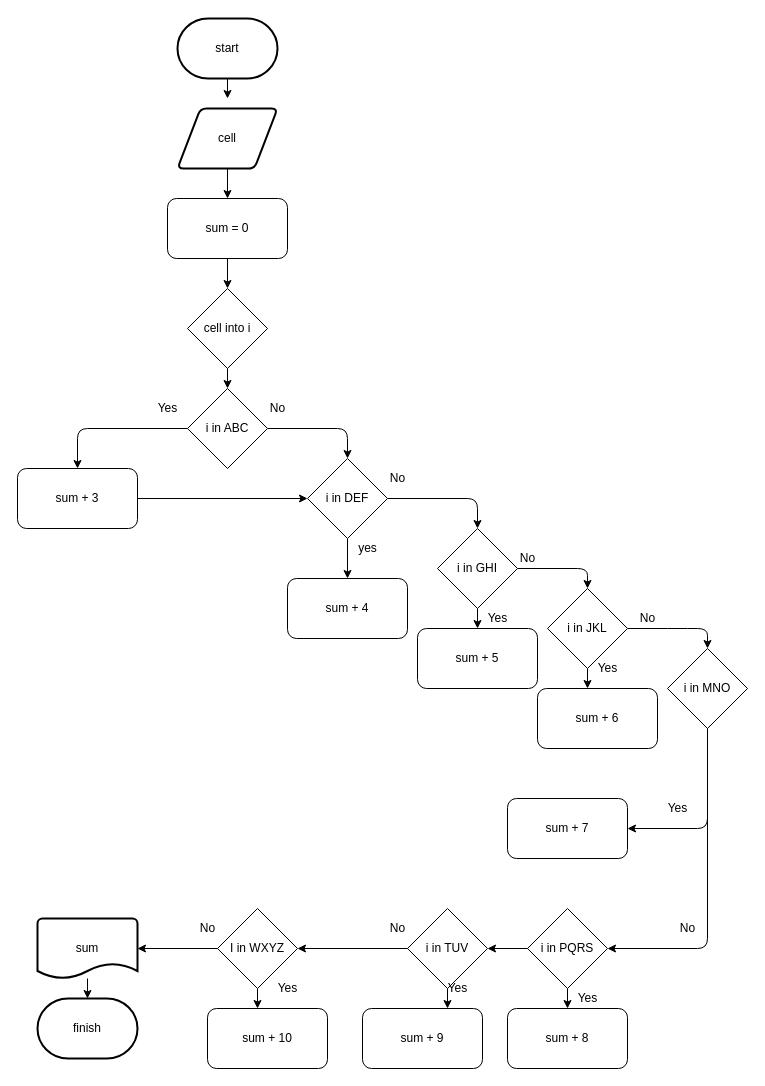
Before: stage/06_string/5622.drawio in Gyeongrok-Oh/boj, a draw.io diagram. Source tidied: cells renumbered, new cells numbered last; positions are measured from the earlier drawing's top-left corner, leaving out a move shared by most shapes. Both pictures are drawn from the tidied source at 100%, with x=0, y=0 at pixel (17, 18).
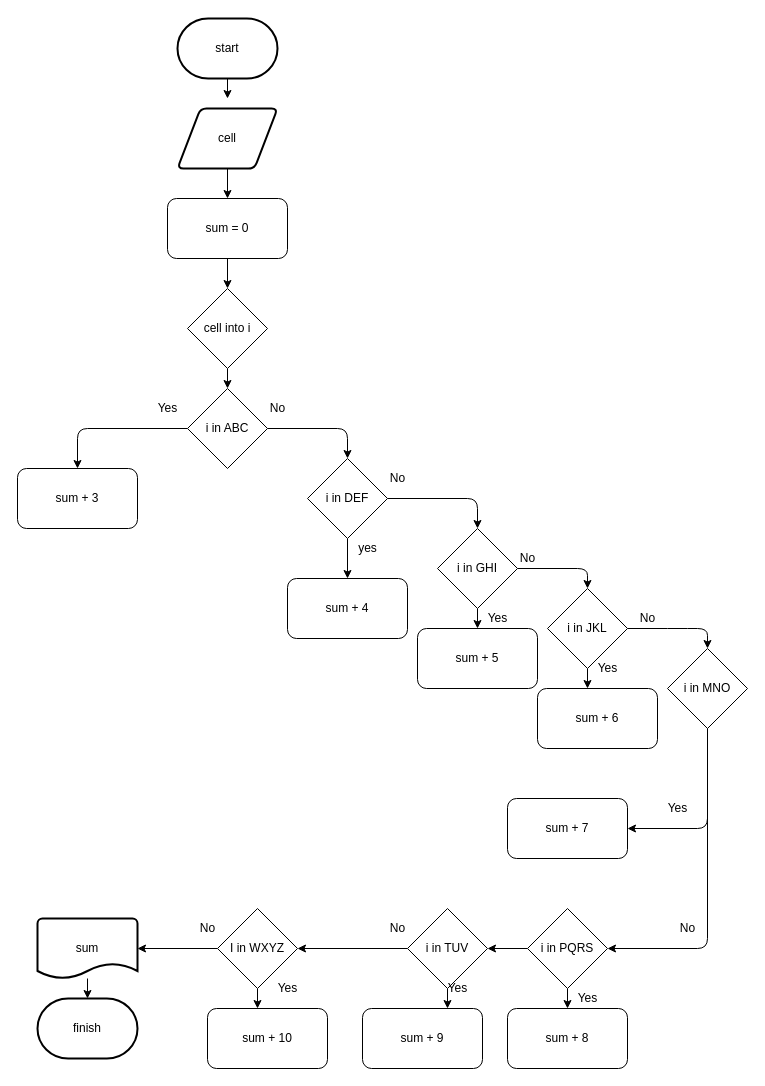
The same diagram, later.

Unchanged cells that the change refers to:
```xml
<mxCell id="16" value="sum + 3" style="rounded=1;whiteSpace=wrap;html=1;" parent="1" vertex="1">
  <mxGeometry y="450" width="120" height="60" as="geometry" />
</mxCell>
<mxCell id="19" value="i in DEF" style="rhombus;whiteSpace=wrap;html=1;" parent="1" vertex="1">
  <mxGeometry x="290" y="440" width="80" height="80" as="geometry" />
</mxCell>
```

Diff of the diagram source:
```diff
@@
-    <mxCell id="15" style="edgeStyle=none;html=1;entryX=0;entryY=0.5;entryDx=0;entryDy=0;" parent="1" edge="1" source="16" target="19">
-      <mxGeometry relative="1" as="geometry" />
-    </mxCell>
```
